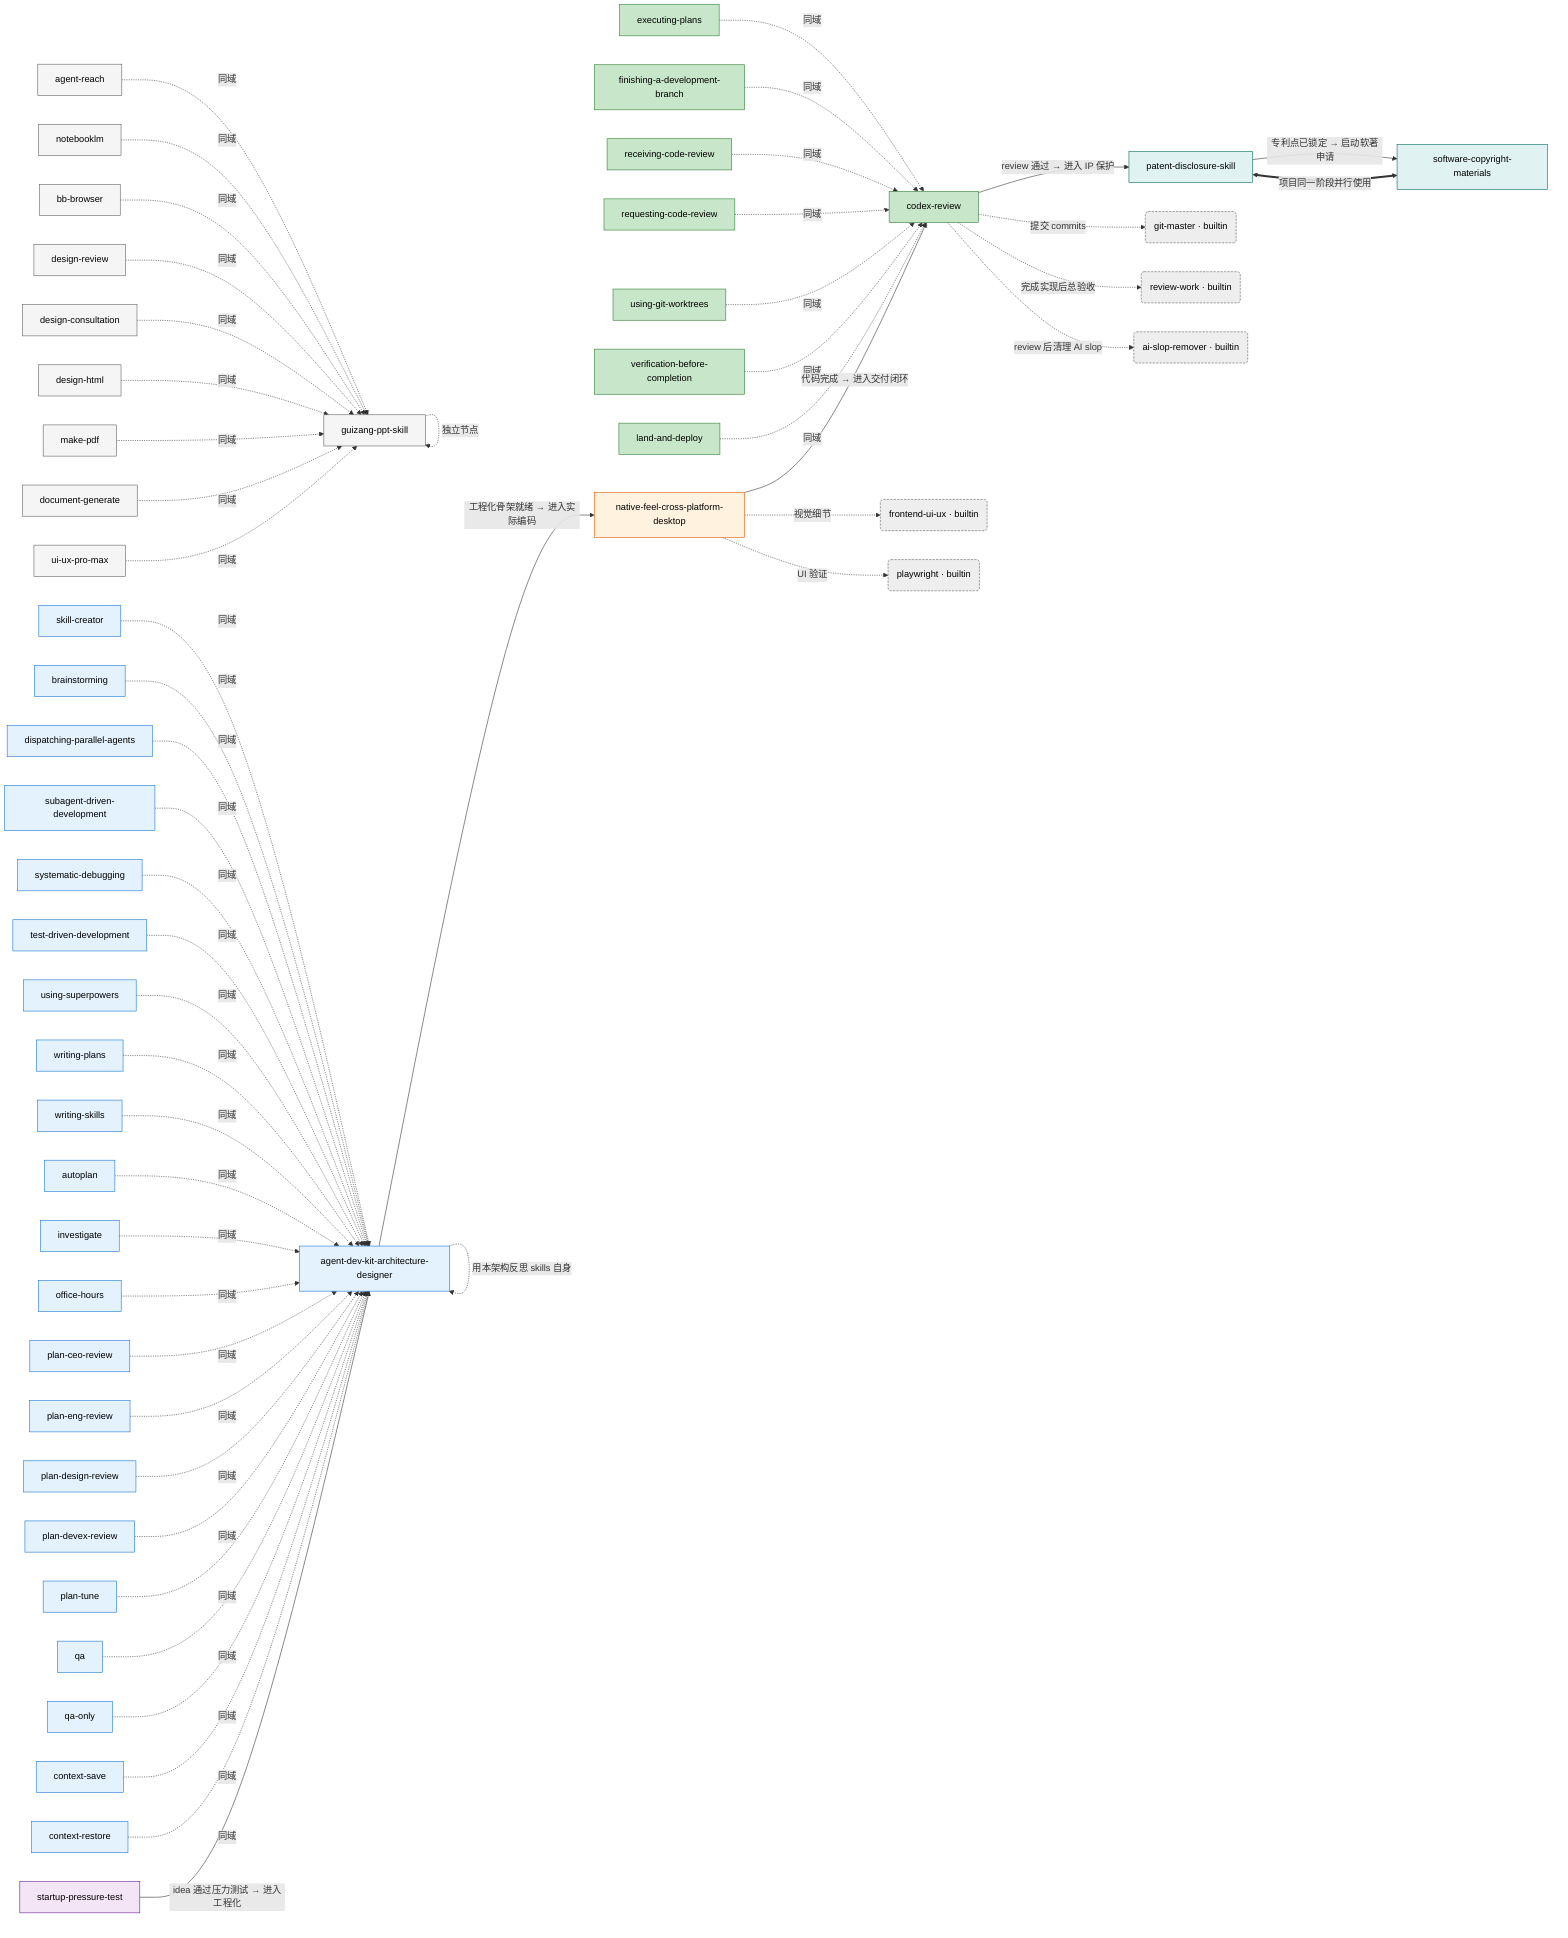
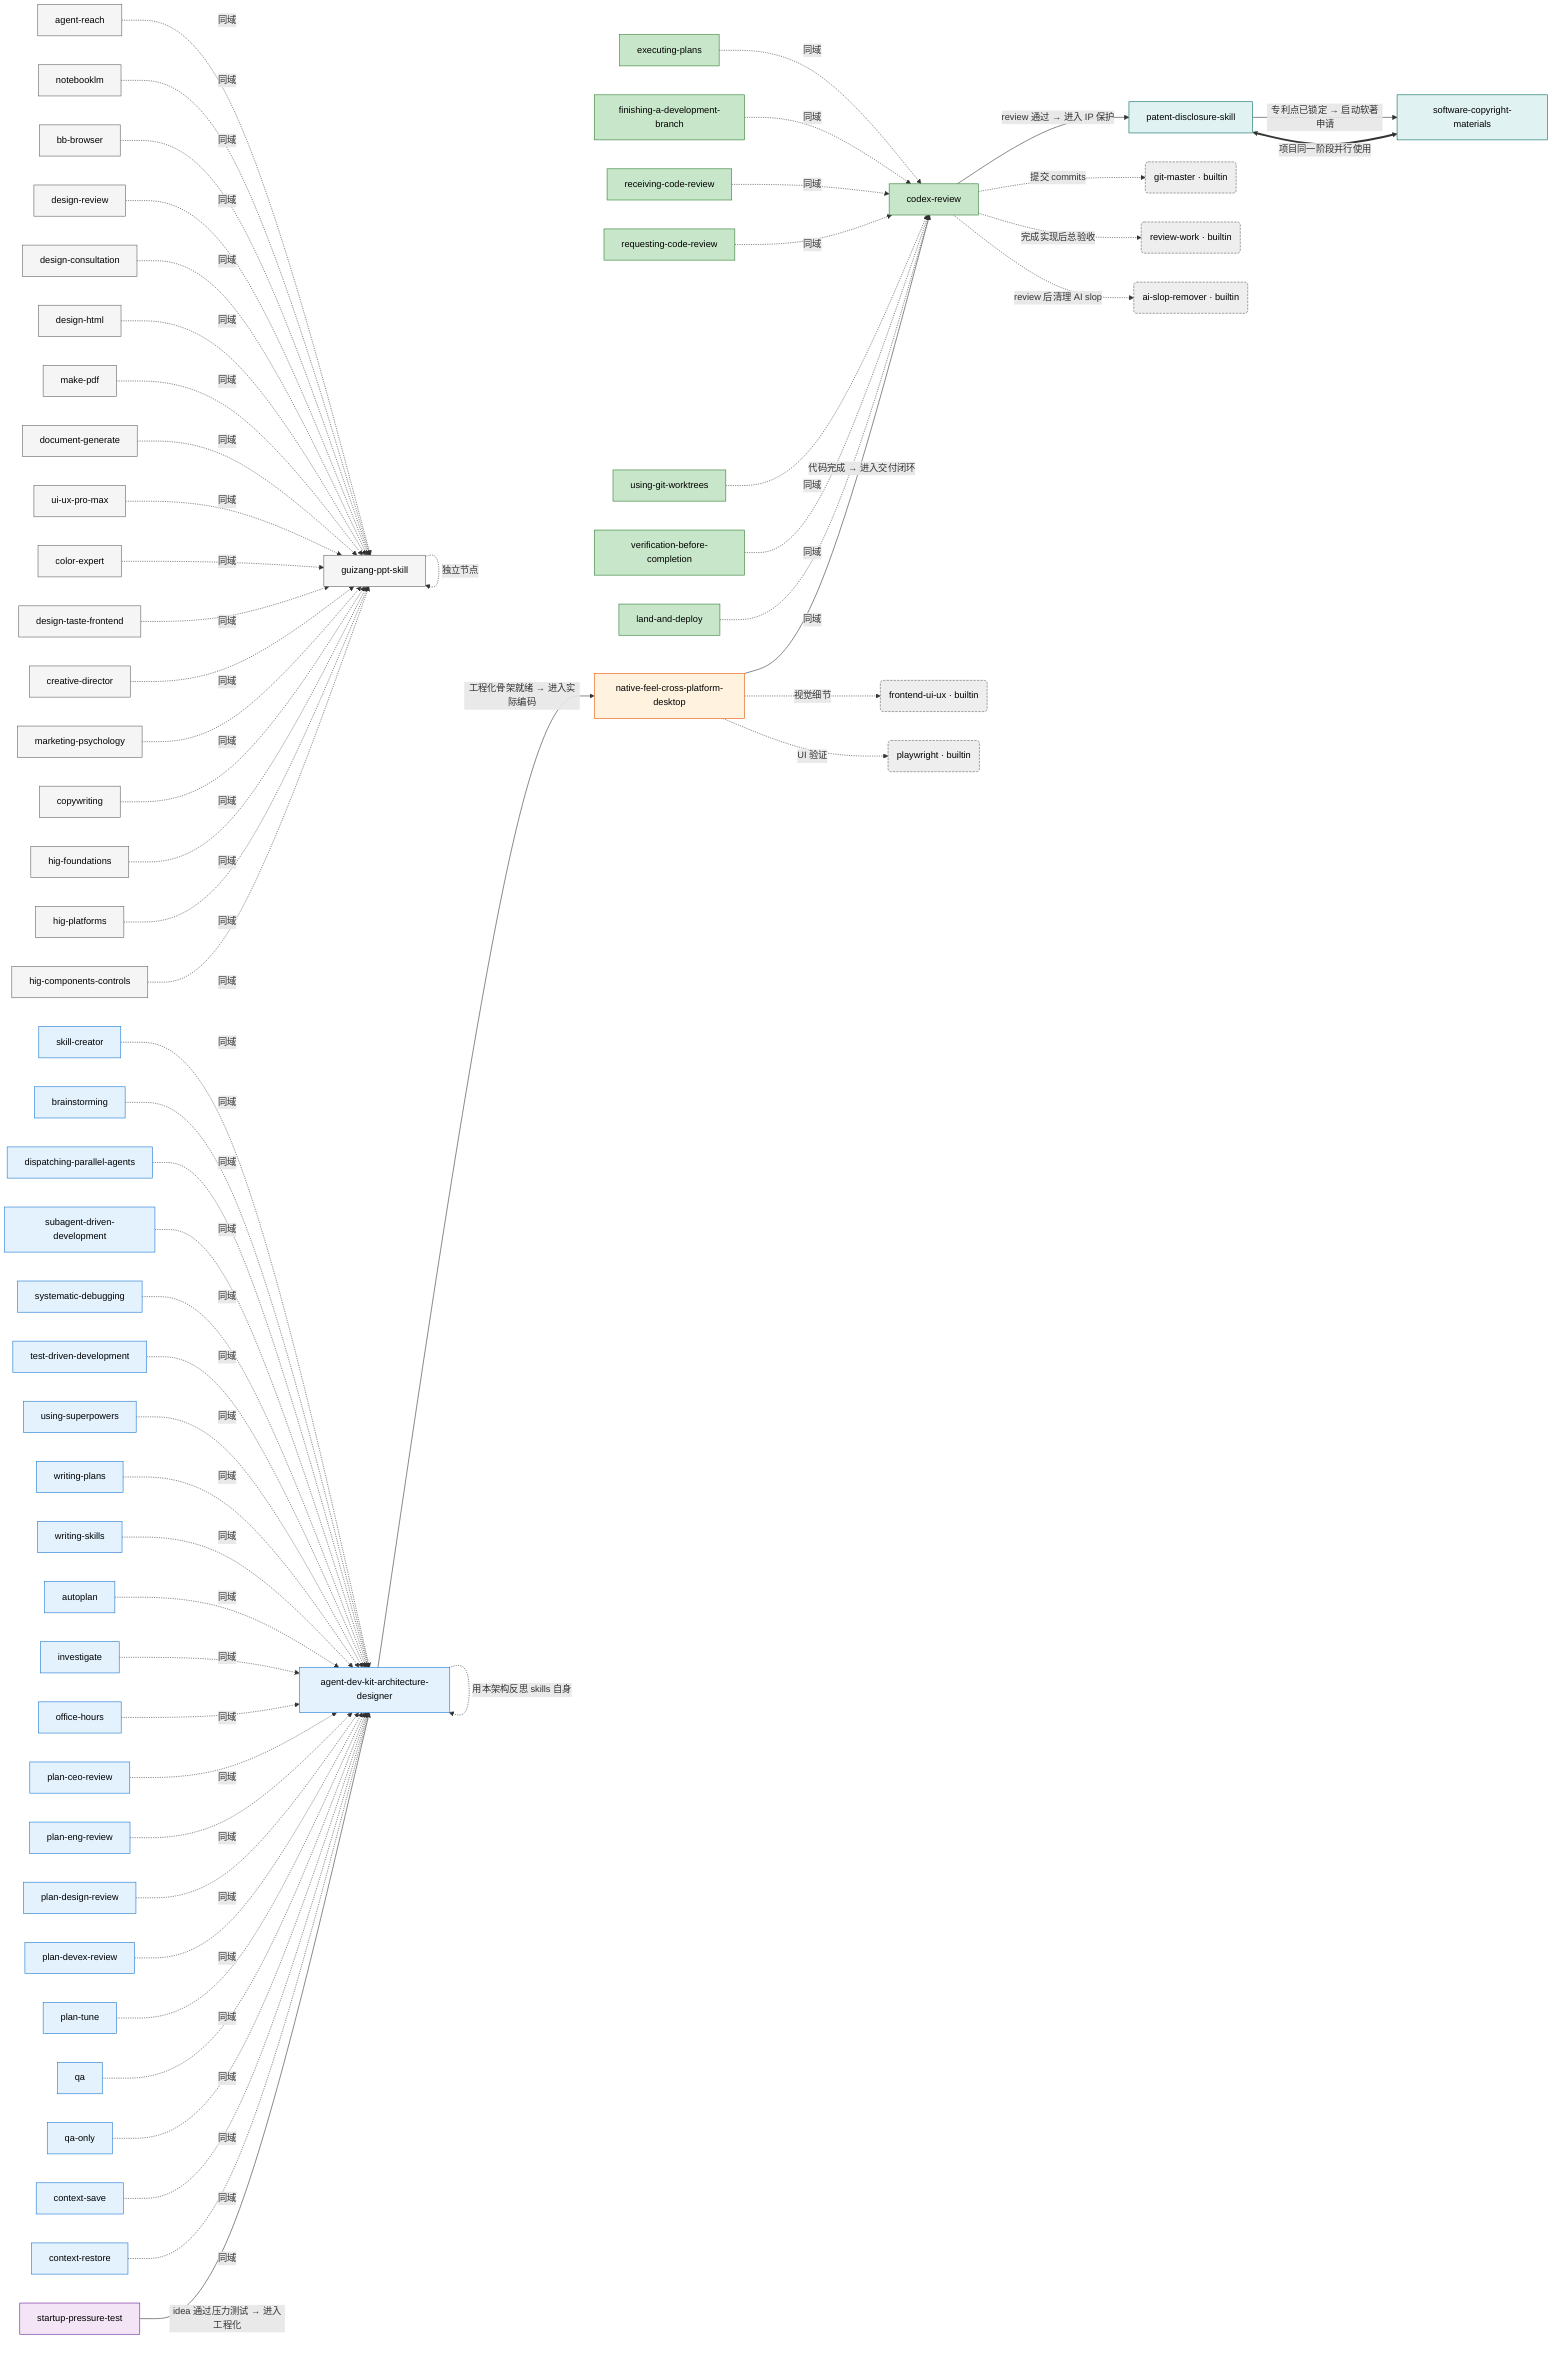
flowchart LR
    %% Class definitions for color coding
    classDef metaDomain fill:#e3f2fd,stroke:#1976d2,color:#000
    classDef closeoutDomain fill:#c8e6c9,stroke:#2e7d32,color:#000
    classDef desktopDomain fill:#fff3e0,stroke:#e65100,color:#000
    classDef founderDomain fill:#f3e5f5,stroke:#6a1b9a,color:#000
    classDef ipDomain fill:#e0f2f1,stroke:#00695c,color:#000
    classDef builtin fill:#eeeeee,stroke:#616161,color:#000,stroke-dasharray: 4 2
    classDef toolingDomain fill:#f5f5f5,stroke:#616161,color:#000

    %% Domain 1 - Meta
    ADK[agent-dev-kit-architecture-designer]:::metaDomain
    SC[skill-creator]:::metaDomain
    B[brainstorming]:::metaDomain
    DPA[dispatching-parallel-agents]:::metaDomain
    SDD[subagent-driven-development]:::metaDomain
    SD[systematic-debugging]:::metaDomain
    TDD[test-driven-development]:::metaDomain
    US[using-superpowers]:::metaDomain
    WP[writing-plans]:::metaDomain
    WS[writing-skills]:::metaDomain
    A[autoplan]:::metaDomain
    I[investigate]:::metaDomain
    OH[office-hours]:::metaDomain
    PCR[plan-ceo-review]:::metaDomain
    PER[plan-eng-review]:::metaDomain
    PDR[plan-design-review]:::metaDomain
    PDR2[plan-devex-review]:::metaDomain
    PT[plan-tune]:::metaDomain
    Q[qa]:::metaDomain
    QO[qa-only]:::metaDomain
    CS[context-save]:::metaDomain
    CR2[context-restore]:::metaDomain

    %% Domain 2 - Closeout
    CR[codex-review]:::closeoutDomain
    EP[executing-plans]:::closeoutDomain
    FADB[finishing-a-development-branch]:::closeoutDomain
    RCR[receiving-code-review]:::closeoutDomain
    RCR2[requesting-code-review]:::closeoutDomain
    UGW[using-git-worktrees]:::closeoutDomain
    VBC[verification-before-completion]:::closeoutDomain
    LAD[land-and-deploy]:::closeoutDomain

    %% Domain 3 - Desktop
    NF[native-feel-cross-platform-desktop]:::desktopDomain

    %% Domain 4 - Founder
    SPT[startup-pressure-test]:::founderDomain

    %% Domain 5 - IP
    PAT[patent-disclosure-skill]:::ipDomain
    SCS[software-copyright-materials]:::ipDomain

    %% Tooling domain

    GPS[guizang-ppt-skill]:::toolingDomain

    %% Tooling domain

    AR[agent-reach]:::toolingDomain

    %% Tooling domain

    N[notebooklm]:::toolingDomain

    %% Tooling domain

    BB[bb-browser]:::toolingDomain

    %% Tooling domain

    DR[design-review]:::toolingDomain

    %% Tooling domain

    DC[design-consultation]:::toolingDomain

    %% Tooling domain

    DH[design-html]:::toolingDomain

    %% Tooling domain

    MP[make-pdf]:::toolingDomain

    %% Tooling domain

    DG[document-generate]:::toolingDomain

    %% Tooling domain

    UUPM[ui-ux-pro-max]:::toolingDomain
+ 
+     %% Tooling domain
+ 
+     CE[color-expert]:::toolingDomain
+ 
+     %% Tooling domain
+ 
+     DTF[design-taste-frontend]:::toolingDomain
+ 
+     %% Tooling domain
+ 
+     CD[creative-director]:::toolingDomain
+ 
+     %% Tooling domain
+ 
+     MP2[marketing-psychology]:::toolingDomain
+ 
+     %% Tooling domain
+ 
+     C[copywriting]:::toolingDomain
+ 
+     %% Tooling domain
+ 
+     HF[hig-foundations]:::toolingDomain
+ 
+     %% Tooling domain
+ 
+     HP[hig-platforms]:::toolingDomain
+ 
+     %% Tooling domain
+ 
+     HCC[hig-components-controls]:::toolingDomain

    %% Domain 6 - Builtin (referenced for context)
    GM(git-master · builtin):::builtin
    RW(review-work · builtin):::builtin
    ASR(ai-slop-remover · builtin):::builtin
    FE(frontend-ui-ux · builtin):::builtin
    PW(playwright · builtin):::builtin
    GPS -. "独立节点" .-> GPS
    SC -. "同域" .-> ADK
    AR -. "同域" .-> GPS
    B -. "同域" .-> ADK
    DPA -. "同域" .-> ADK
    EP -. "同域" .-> CR
    FADB -. "同域" .-> CR
    RCR -. "同域" .-> CR
    RCR2 -. "同域" .-> CR
    SDD -. "同域" .-> ADK
    SD -. "同域" .-> ADK
    TDD -. "同域" .-> ADK
    UGW -. "同域" .-> CR
    US -. "同域" .-> ADK
    VBC -. "同域" .-> CR
    WP -. "同域" .-> ADK
    WS -. "同域" .-> ADK
    N -. "同域" .-> GPS
    BB -. "同域" .-> GPS
    A -. "同域" .-> ADK
    I -. "同域" .-> ADK
    LAD -. "同域" .-> CR
    OH -. "同域" .-> ADK
    PCR -. "同域" .-> ADK
    PER -. "同域" .-> ADK
    PDR -. "同域" .-> ADK
    PDR2 -. "同域" .-> ADK
    PT -. "同域" .-> ADK
    Q -. "同域" .-> ADK
    QO -. "同域" .-> ADK
    DR -. "同域" .-> GPS
    DC -. "同域" .-> GPS
    DH -. "同域" .-> GPS
    CS -. "同域" .-> ADK
    CR2 -. "同域" .-> ADK
    MP -. "同域" .-> GPS
    DG -. "同域" .-> GPS
    UUPM -. "同域" .-> GPS
+     CE -. "同域" .-> GPS
+     DTF -. "同域" .-> GPS
+     CD -. "同域" .-> GPS
+     MP2 -. "同域" .-> GPS
+     C -. "同域" .-> GPS
+     HF -. "同域" .-> GPS
+     HP -. "同域" .-> GPS
+     HCC -. "同域" .-> GPS

    %% --- Lifecycle flows ---

    %% Founder lifecycle: idea -> meta-design -> code -> review -> ship -> IP
    SPT -- "idea 通过压力测试 → 进入工程化" --> ADK
    ADK -- "工程化骨架就绪 → 进入实际编码" --> NF
    NF -- "代码完成 → 进入交付闭环" --> CR
    CR -- "review 通过 → 进入 IP 保护" --> PAT
    PAT -- "专利点已锁定 → 启动软著申请" --> SCS

    %% --- Cross-domain reinforcements ---

    %% Desktop work strongly benefits from playwright (UI verification) + frontend-ui-ux
    NF -. "UI 验证" .-> PW
    NF -. "视觉细节" .-> FE

    %% Closeout chains
    CR -. "提交 commits" .-> GM
    CR -. "review 后清理 AI slop" .-> ASR
    CR -. "完成实现后总验收" .-> RW

    %% Meta-engineering applies recursively
    ADK -. "用本架构反思 skills 自身" .-> ADK

    %% IP duo internal coupling
    PAT <==> |"项目同一阶段并行使用"| SCS
